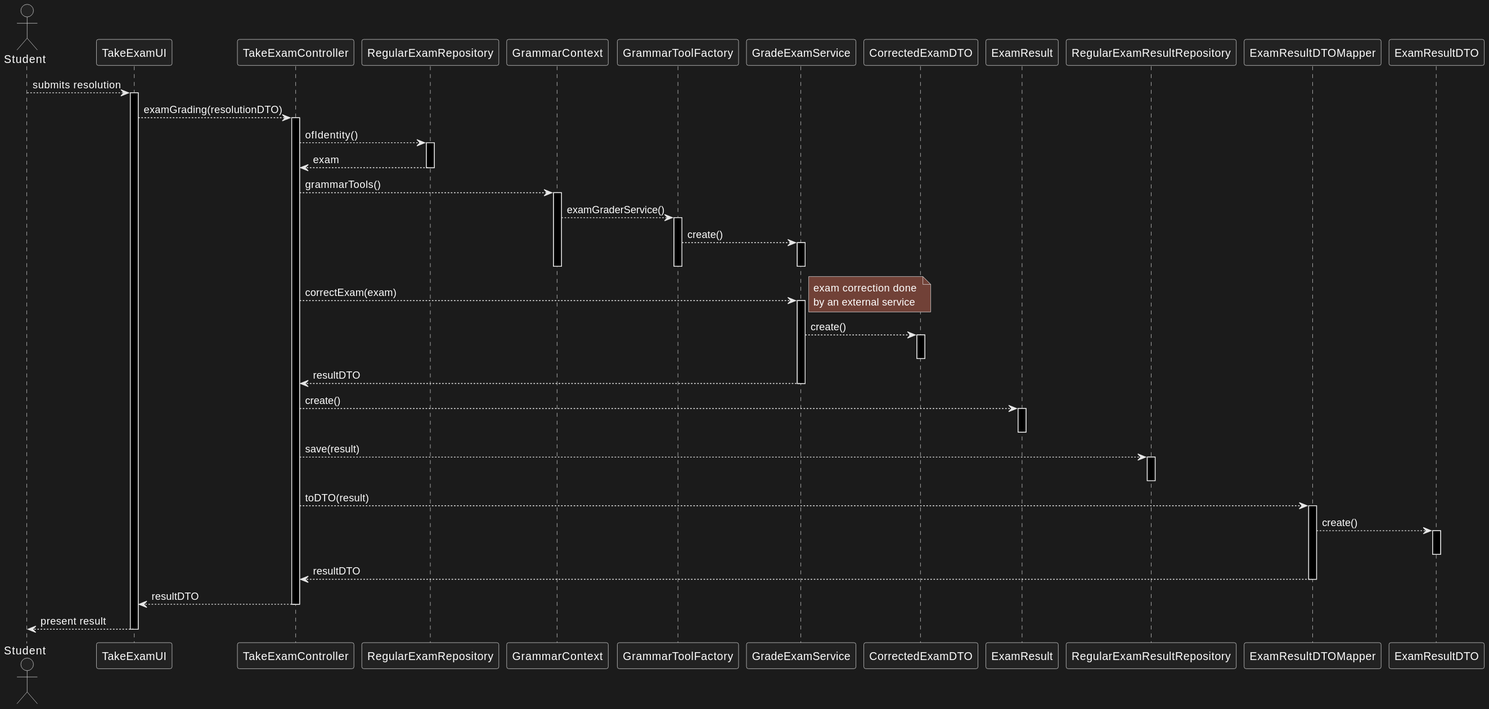
Before: docs/us_2004/gradeExamSD.svg, a diagram exported from PlantUML (jovami/isep-lapr4).
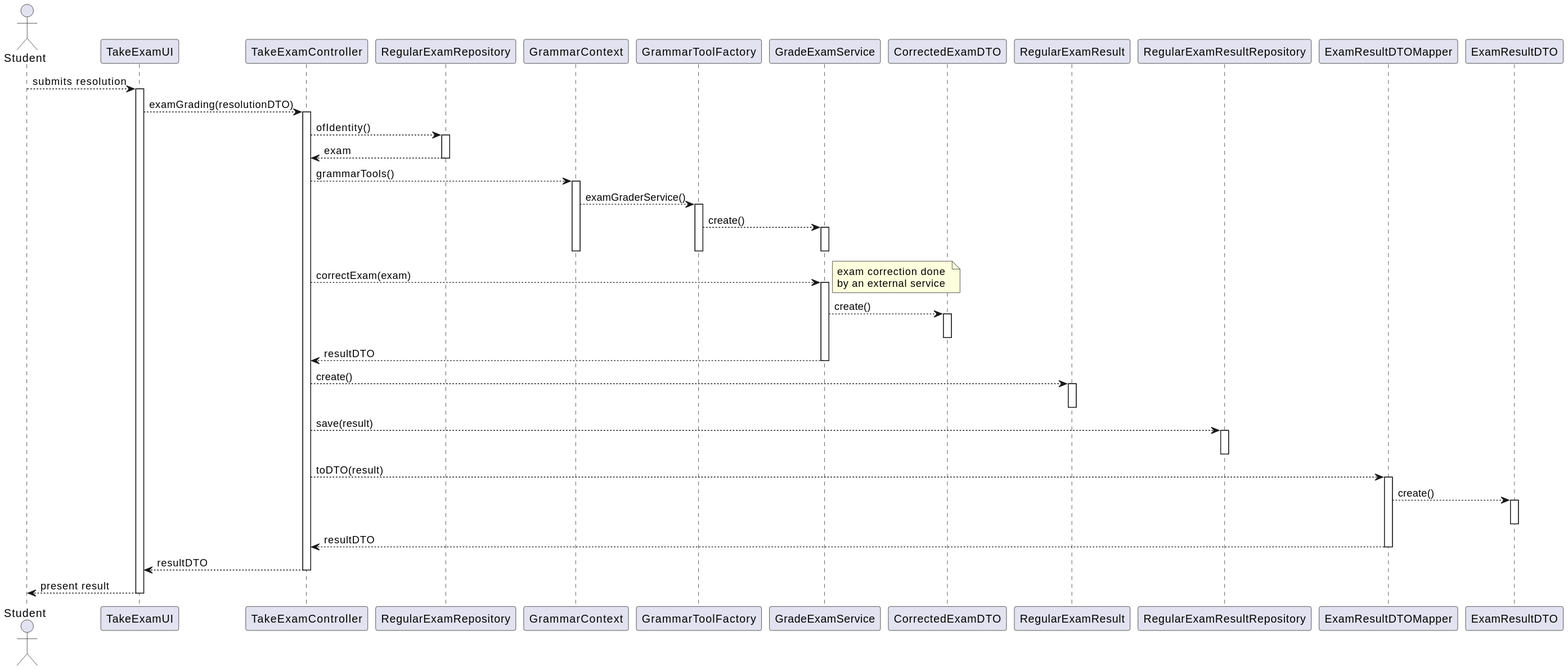
The same file after the commit.

Change to the diagram source:
```diff
@@ -12,7 +12,7 @@
 participant GradeExamService as grader_svc
 participant CorrectedExamDTO as corrected_dto
 
-participant ExamResult as result
+participant RegularExamResult as result
 participant RegularExamResultRepository as result_repo
 
 participant ExamResultDTOMapper as result_mapper
```
